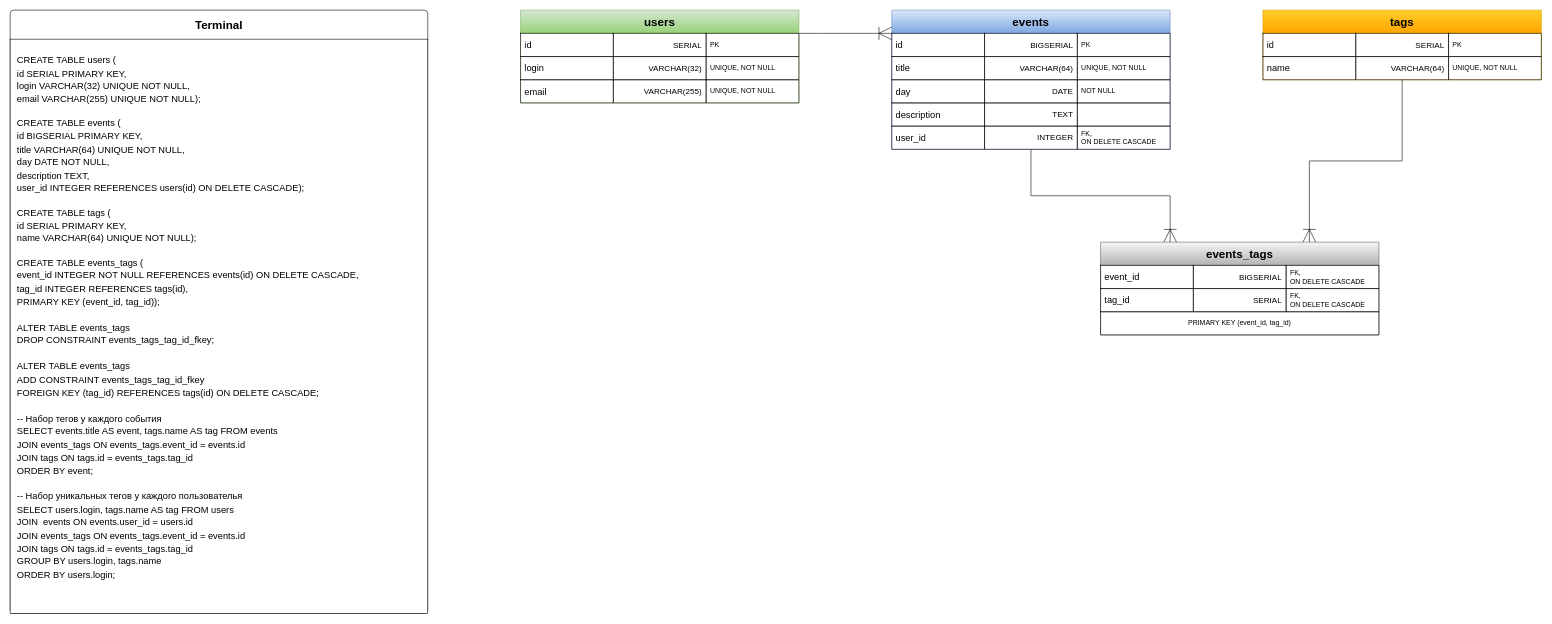
EugeneKovalskyi/MyHistory keeps this draw.io diagram as server/my_history.drawio. Above is the earlier version. Source tidied: cells renumbered, new cells numbered last; positions are measured from the earlier drawing's top-left corner, leaving out a move shared by most shapes. Both pictures are drawn from the tidied source at 58%, with x=0, y=0 at pixel (10, 10).
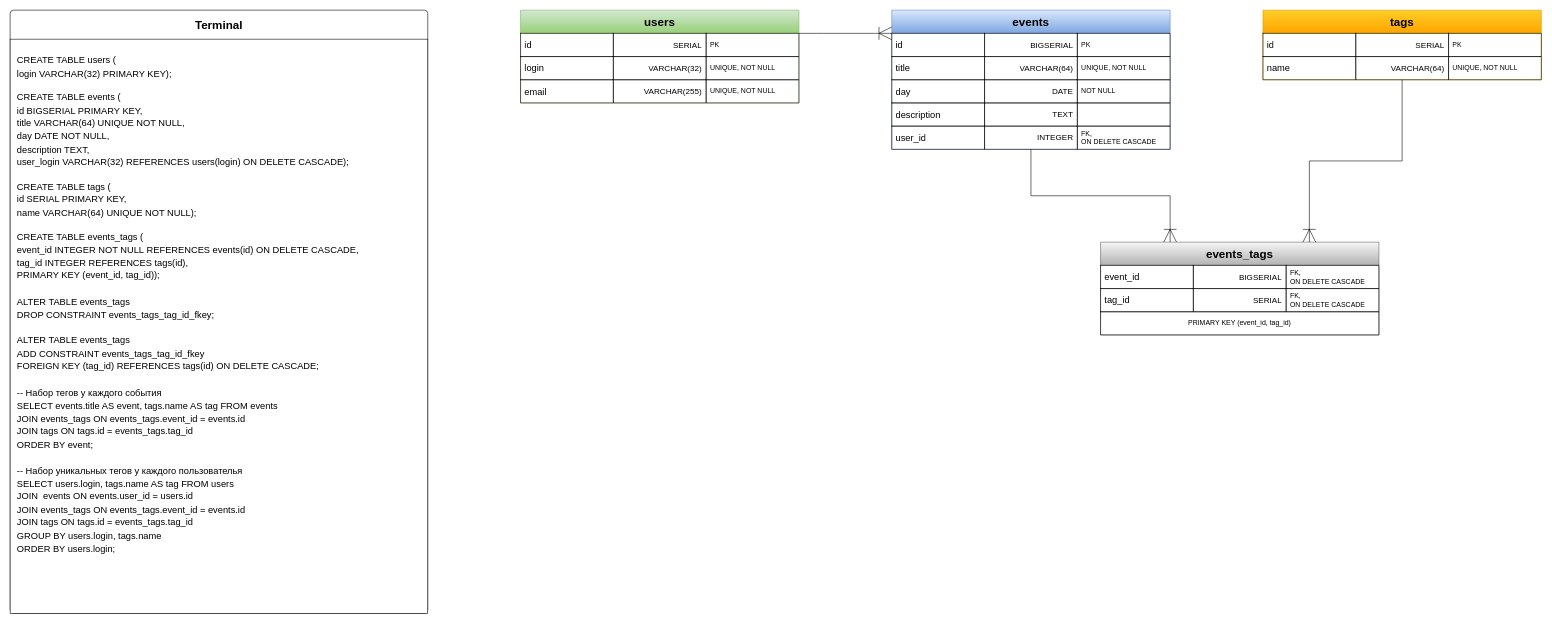
Above is the later version.

The change refers to these unchanged cells:
```xml
<mxCell id="46" value="&lt;b&gt;&lt;font style=&quot;font-size: 20px;&quot;&gt;Terminal&lt;/font&gt;&lt;/b&gt;" style="swimlane;horizontal=1;startSize=50;rounded=1;fontSize=16;fontStyle=1;strokeWidth=1;shadow=0;dashed=0;align=center;arcSize=4;whiteSpace=wrap;html=1;fillColor=light-dark(#FFFFFF,#242424);swimlaneHead=1;swimlaneBody=1;absoluteArcSize=0;strokeColor=light-dark(#000000,#BFBFBF);glass=0;swimlaneLine=0;autosizeGrid=1;backgroundOutline=0;overflow=visible;" parent="1" vertex="1">
  <mxGeometry width="720" height="1040" as="geometry" />
</mxCell>
```

What changed in the source:
```diff
@@
-    <mxCell id="47" value="&lt;div&gt;&lt;br&gt;&lt;/div&gt;&lt;div style=&quot;line-height: 140%;&quot;&gt;CREATE TABLE users (&lt;/div&gt;&lt;div style=&quot;line-height: 140%;&quot;&gt;id SERIAL PRIMARY KEY,&lt;/div&gt;&lt;div style=&quot;line-height: 140%;&quot;&gt;login VARCHAR(32) UNIQUE NOT NULL,&lt;/div&gt;&lt;div style=&quot;line-height: 140%;&quot;&gt;email VARCHAR(255) UNIQUE NOT NULL);&lt;/div&gt;&lt;div&gt;&lt;br&gt;&lt;/div&gt;&lt;div style=&quot;line-height: 140%;&quot;&gt;CREATE TABLE events (&lt;/div&gt;&lt;div style=&quot;line-height: 140%;&quot;&gt;id BIGSERIAL PRIMARY KEY,&lt;/div&gt;&lt;div style=&quot;line-height: 140%;&quot;&gt;title VARCHAR(64) UNIQUE NOT NULL,&lt;/div&gt;&lt;div style=&quot;line-height: 140%;&quot;&gt;day DATE NOT NULL,&lt;/div&gt;&lt;div style=&quot;line-height: 140%;&quot;&gt;description TEXT,&lt;/div&gt;&lt;div style=&quot;line-height: 140%;&quot;&gt;user_id INTEGER REFERENCES users(id) ON DELETE CASCADE);&lt;/div&gt;&lt;div&gt;&lt;br&gt;&lt;/div&gt;&lt;div style=&quot;line-height: 140%;&quot;&gt;CREATE TABLE tags (&lt;/div&gt;&lt;div style=&quot;line-height: 140%;&quot;&gt;id SERIAL PRIMARY KEY,&lt;/div&gt;&lt;div style=&quot;line-height: 140%;&quot;&gt;name VARCHAR(64) UNIQUE NOT NULL);&lt;/div&gt;&lt;div&gt;&lt;br&gt;&lt;/div&gt;&lt;div style=&quot;line-height: 140%;&quot;&gt;CREATE TABLE events_tags (&lt;/div&gt;&lt;div style=&quot;line-height: 140%;&quot;&gt;event_id INTEGER NOT NULL&amp;nbsp;REFERENCES events(id) ON DELETE CASCADE,&lt;/div&gt;&lt;div style=&quot;line-height: 140%;&quot;&gt;tag_id INTEGER&amp;nbsp;REFERENCES tags(id),&lt;br&gt;&lt;/div&gt;&lt;div style=&quot;line-height: 140%;&quot;&gt;PRIMARY KEY (event_id, tag_id));&lt;/div&gt;&lt;div style=&quot;line-height: 140%;&quot;&gt;&lt;br&gt;&lt;/div&gt;&lt;div style=&quot;line-height: 140%;&quot;&gt;ALTER TABLE events_tags&amp;nbsp;&lt;/div&gt;&lt;div style=&quot;line-height: 140%;&quot;&gt;DROP CONSTRAINT events_tags_tag_id_fkey;&lt;/div&gt;&lt;div style=&quot;line-height: 140%;&quot;&gt;&lt;br&gt;&lt;/div&gt;&lt;div style=&quot;line-height: 140%;&quot;&gt;ALTER TABLE events_tags&amp;nbsp;&lt;/div&gt;&lt;div style=&quot;line-height: 140%;&quot;&gt;ADD CONSTRAINT events_tags_tag_id_fkey&amp;nbsp;&lt;/div&gt;&lt;div style=&quot;line-height: 140%;&quot;&gt;FOREIGN KEY (tag_id) REFERENCES tags(id) ON DELETE CASCADE;&lt;/div&gt;&lt;div style=&quot;line-height: 140%;&quot;&gt;&lt;br&gt;&lt;/div&gt;&lt;div style=&quot;line-height: 140%;&quot;&gt;&lt;div style=&quot;line-height: 140%;&quot;&gt;-- Набор тегов у каждого события&lt;/div&gt;&lt;div style=&quot;line-height: 140%;&quot;&gt;SELECT events.title AS event, tags.name AS tag FROM events&lt;/div&gt;&lt;div style=&quot;line-height: 140%;&quot;&gt;JOIN events_tags ON events_tags.event_id = events.id&lt;/div&gt;&lt;div style=&quot;line-height: 140%;&quot;&gt;JOIN tags ON tags.id = events_tags.tag_id&lt;/div&gt;ORDER BY event;&lt;/div&gt;&lt;div style=&quot;line-height: 140%;&quot;&gt;&lt;br&gt;&lt;/div&gt;&lt;div style=&quot;line-height: 140%;&quot;&gt;-- Набор уникальных тегов у каждого пользователья&lt;/div&gt;&lt;div style=&quot;line-height: 140%;&quot;&gt;SELECT users.login, tags.name AS tag FROM users&lt;br&gt;JOIN&amp;nbsp; events ON events.user_id = users.id&lt;/div&gt;&lt;div style=&quot;line-height: 140%;&quot;&gt;JOIN events_tags ON events_tags.event_id = events.id&lt;/div&gt;&lt;div style=&quot;line-height: 140%;&quot;&gt;JOIN tags ON tags.id = events_tags.tag_id&lt;/div&gt;&lt;div style=&quot;line-height: 140%;&quot;&gt;GROUP BY users.login, tags.name&lt;br&gt;&lt;/div&gt;&lt;div style=&quot;line-height: 140%;&quot;&gt;ORDER BY users.login;&lt;/div&gt;&lt;div style=&quot;line-height: 140%;&quot;&gt;&lt;br&gt;&lt;/div&gt;" style="align=left;strokeColor=light-dark(#000000,#BFBFBF);fillColor=light-dark(#FFFFFF,#2B0920);spacingLeft=10;fontSize=16;verticalAlign=top;html=1;strokeWidth=1;backgroundOutline=0;overflow=visible;noLabel=0;imageAspect=1;" parent="46" vertex="1">
+    <mxCell id="47" value="&lt;div&gt;&lt;br&gt;&lt;/div&gt;&lt;div style=&quot;line-height: 140%;&quot;&gt;CREATE TABLE users (&lt;/div&gt;&lt;div style=&quot;line-height: 140%;&quot;&gt;login VARCHAR(32) PRIMARY KEY);&lt;/div&gt;&lt;div&gt;&lt;br&gt;&lt;/div&gt;&lt;div style=&quot;line-height: 140%;&quot;&gt;CREATE TABLE events (&lt;/div&gt;&lt;div style=&quot;line-height: 140%;&quot;&gt;id BIGSERIAL PRIMARY KEY,&lt;/div&gt;&lt;div style=&quot;line-height: 140%;&quot;&gt;title VARCHAR(64) UNIQUE NOT NULL,&lt;/div&gt;&lt;div style=&quot;line-height: 140%;&quot;&gt;day DATE NOT NULL,&lt;/div&gt;&lt;div style=&quot;line-height: 140%;&quot;&gt;description TEXT,&lt;/div&gt;&lt;div style=&quot;line-height: 140%;&quot;&gt;user_login VARCHAR(32) REFERENCES users(login) ON DELETE CASCADE);&lt;/div&gt;&lt;div&gt;&lt;br&gt;&lt;/div&gt;&lt;div style=&quot;line-height: 140%;&quot;&gt;CREATE TABLE tags (&lt;/div&gt;&lt;div style=&quot;line-height: 140%;&quot;&gt;id SERIAL PRIMARY KEY,&lt;/div&gt;&lt;div style=&quot;line-height: 140%;&quot;&gt;name VARCHAR(64) UNIQUE NOT NULL);&lt;/div&gt;&lt;div&gt;&lt;br&gt;&lt;/div&gt;&lt;div style=&quot;line-height: 140%;&quot;&gt;CREATE TABLE events_tags (&lt;/div&gt;&lt;div style=&quot;line-height: 140%;&quot;&gt;event_id INTEGER NOT NULL&amp;nbsp;REFERENCES events(id) ON DELETE CASCADE,&lt;/div&gt;&lt;div style=&quot;line-height: 140%;&quot;&gt;tag_id INTEGER&amp;nbsp;REFERENCES tags(id),&lt;br&gt;&lt;/div&gt;&lt;div style=&quot;line-height: 140%;&quot;&gt;PRIMARY KEY (event_id, tag_id));&lt;/div&gt;&lt;div style=&quot;line-height: 140%;&quot;&gt;&lt;br&gt;&lt;/div&gt;&lt;div style=&quot;line-height: 140%;&quot;&gt;ALTER TABLE events_tags&amp;nbsp;&lt;/div&gt;&lt;div style=&quot;line-height: 140%;&quot;&gt;DROP CONSTRAINT events_tags_tag_id_fkey;&lt;/div&gt;&lt;div style=&quot;line-height: 140%;&quot;&gt;&lt;br&gt;&lt;/div&gt;&lt;div style=&quot;line-height: 140%;&quot;&gt;ALTER TABLE events_tags&amp;nbsp;&lt;/div&gt;&lt;div style=&quot;line-height: 140%;&quot;&gt;ADD CONSTRAINT events_tags_tag_id_fkey&amp;nbsp;&lt;/div&gt;&lt;div style=&quot;line-height: 140%;&quot;&gt;FOREIGN KEY (tag_id) REFERENCES tags(id) ON DELETE CASCADE;&lt;/div&gt;&lt;div style=&quot;line-height: 140%;&quot;&gt;&lt;br&gt;&lt;/div&gt;&lt;div style=&quot;line-height: 140%;&quot;&gt;&lt;div style=&quot;line-height: 140%;&quot;&gt;-- Набор тегов у каждого события&lt;/div&gt;&lt;div style=&quot;line-height: 140%;&quot;&gt;SELECT events.title AS event, tags.name AS tag FROM events&lt;/div&gt;&lt;div style=&quot;line-height: 140%;&quot;&gt;JOIN events_tags ON events_tags.event_id = events.id&lt;/div&gt;&lt;div style=&quot;line-height: 140%;&quot;&gt;JOIN tags ON tags.id = events_tags.tag_id&lt;/div&gt;ORDER BY event;&lt;/div&gt;&lt;div style=&quot;line-height: 140%;&quot;&gt;&lt;br&gt;&lt;/div&gt;&lt;div style=&quot;line-height: 140%;&quot;&gt;-- Набор уникальных тегов у каждого пользователья&lt;/div&gt;&lt;div style=&quot;line-height: 140%;&quot;&gt;SELECT users.login, tags.name AS tag FROM users&lt;br&gt;JOIN&amp;nbsp; events ON events.user_id = users.id&lt;/div&gt;&lt;div style=&quot;line-height: 140%;&quot;&gt;JOIN events_tags ON events_tags.event_id = events.id&lt;/div&gt;&lt;div style=&quot;line-height: 140%;&quot;&gt;JOIN tags ON tags.id = events_tags.tag_id&lt;/div&gt;&lt;div style=&quot;line-height: 140%;&quot;&gt;GROUP BY users.login, tags.name&lt;br&gt;&lt;/div&gt;&lt;div style=&quot;line-height: 140%;&quot;&gt;ORDER BY users.login;&lt;/div&gt;&lt;div style=&quot;line-height: 140%;&quot;&gt;&lt;br&gt;&lt;/div&gt;" style="align=left;strokeColor=light-dark(#000000,#BFBFBF);fillColor=light-dark(#FFFFFF,#2B0920);spacingLeft=10;fontSize=16;verticalAlign=top;html=1;strokeWidth=1;backgroundOutline=0;overflow=visible;noLabel=0;imageAspect=1;" parent="46" vertex="1">
       <mxGeometry y="50" width="720" height="990" as="geometry" />
     </mxCell>
```
